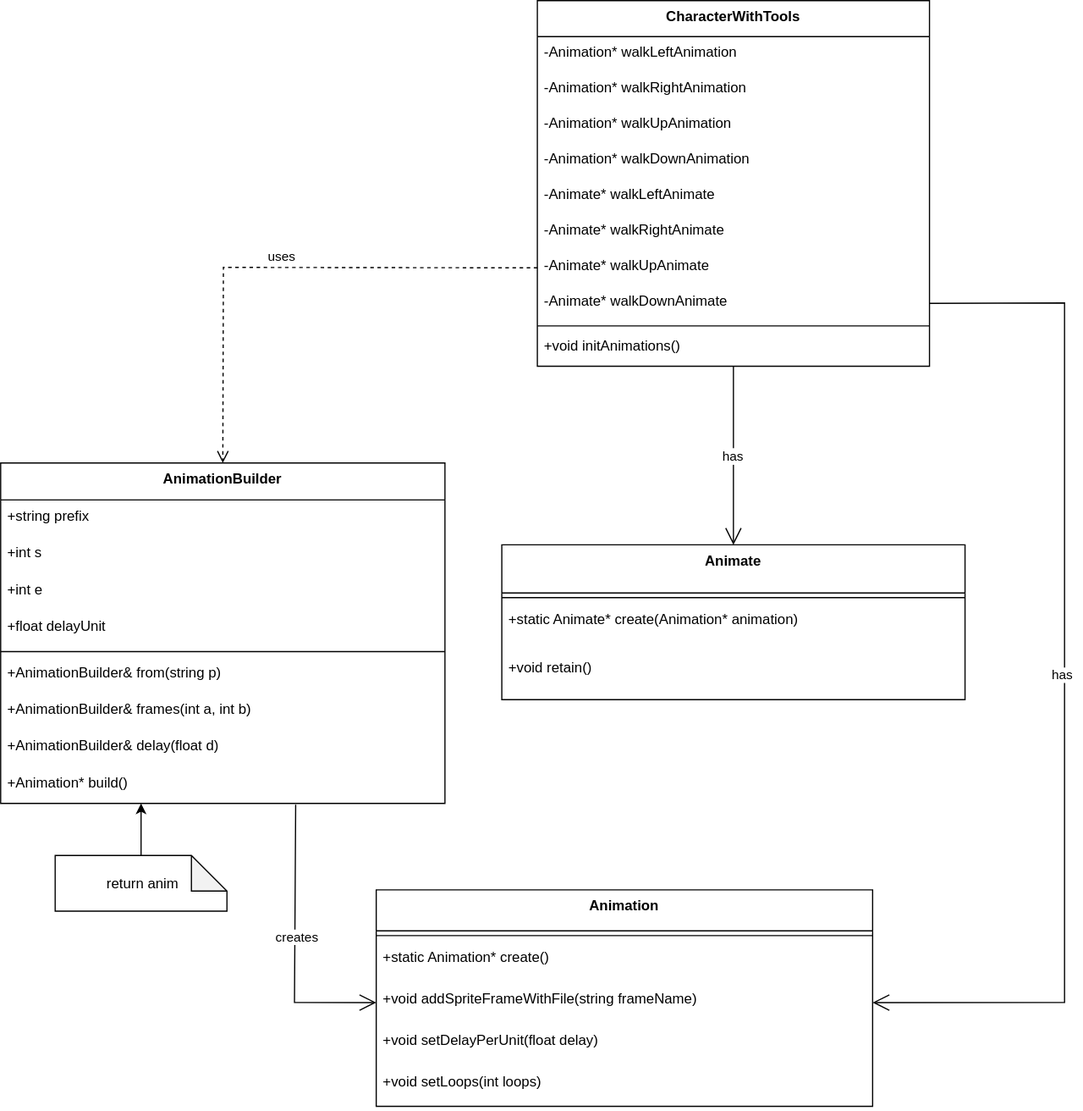
Alian-yy/Stardew_Valley_Refactored keeps this draw.io diagram as 文档/diagram/CharacterWithTools.svg. Above is the earlier version. Source tidied: cells renumbered, new cells last; positions are measured from the earlier drawing's top-left corner, leaving out a move shared by most shapes.
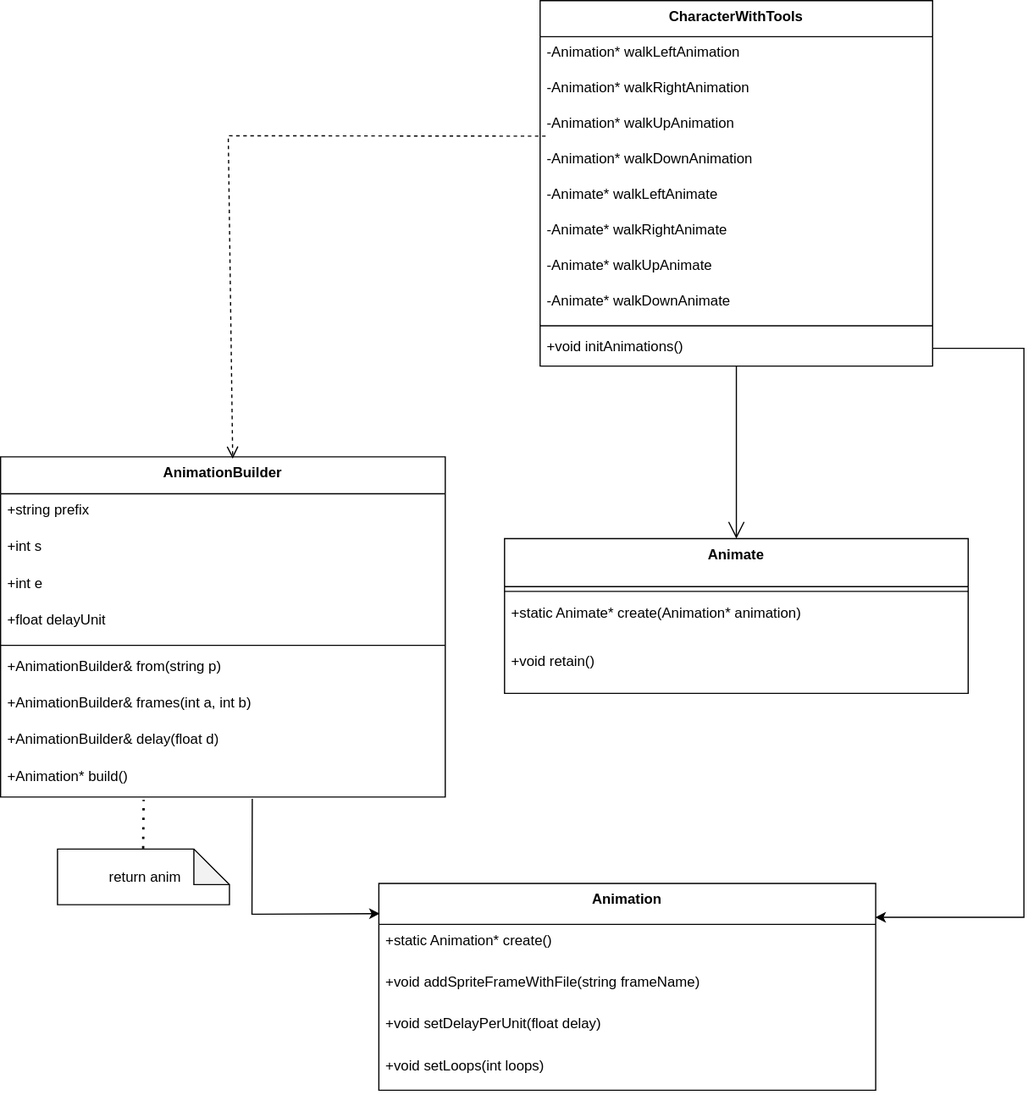
Above is the later version.

What changed in the source:
```diff
@@ -1,9 +1,9 @@
-<mxGraphModel>
+<mxGraphModel background="#ffffff">
   <root>
     <mxCell id="0" />
     <mxCell id="1" parent="0" />
     <mxCell id="2" value="AnimationBuilder" style="swimlane;fontStyle=1;align=center;verticalAlign=top;horizontal=1;startSize=31.11111111111111;whiteSpace=wrap;html=1;overflow=hidden;" parent="1" vertex="1">
-      <mxGeometry y="390" width="375" height="287.1" as="geometry" />
+      <mxGeometry x="-2" y="390" width="375" height="287.1" as="geometry" />
     </mxCell>
     <mxCell id="3" value="+string prefix" style="text;strokeColor=none;fillColor=none;align=left;verticalAlign=top;spacingLeft=4;spacingRight=4;overflow=hidden;whiteSpace=wrap;html=1;" parent="2" vertex="1">
       <mxGeometry y="31.1" width="375" height="31" as="geometry" />
@@ -33,22 +33,19 @@
       <mxGeometry y="256.1" width="375" height="31" as="geometry" />
     </mxCell>
     <mxCell id="12" value="Animation" style="swimlane;fontStyle=1;align=center;verticalAlign=top;horizontal=1;startSize=34.54545454545455;whiteSpace=wrap;html=1;overflow=hidden;" parent="1" vertex="1">
-      <mxGeometry x="317" y="750" width="419" height="182.5" as="geometry" />
+      <mxGeometry x="317" y="750" width="419" height="174.5" as="geometry" />
     </mxCell>
-    <mxCell id="13" style="line;strokeWidth=1;fillColor=none;align=left;verticalAlign=middle;spacingTop=-1;spacingLeft=3;spacingRight=3;labelPosition=right;strokeColor=inherit;whiteSpace=wrap;html=1;overflow=hidden;" parent="12" vertex="1">
-      <mxGeometry y="34.5" width="419" height="8" as="geometry" />
-    </mxCell>
     <mxCell id="14" value="+static Animation* create()" style="text;strokeColor=none;fillColor=none;align=left;verticalAlign=top;spacingLeft=4;spacingRight=4;overflow=hidden;whiteSpace=wrap;html=1;" parent="12" vertex="1">
-      <mxGeometry y="42.5" width="419" height="35" as="geometry" />
+      <mxGeometry y="34.5" width="419" height="35" as="geometry" />
     </mxCell>
     <mxCell id="15" value="+void addSpriteFrameWithFile(string frameName)" style="text;strokeColor=none;fillColor=none;align=left;verticalAlign=top;spacingLeft=4;spacingRight=4;overflow=hidden;points=[[0,0.5],[1,0.5]];portConstraint=eastwest;whiteSpace=wrap;html=1;" parent="12" vertex="1">
-      <mxGeometry y="77.5" width="419" height="35" as="geometry" />
+      <mxGeometry y="69.5" width="419" height="35" as="geometry" />
     </mxCell>
     <mxCell id="16" value="+void setDelayPerUnit(float delay)" style="text;strokeColor=none;fillColor=none;align=left;verticalAlign=top;spacingLeft=4;spacingRight=4;overflow=hidden;whiteSpace=wrap;html=1;" parent="12" vertex="1">
-      <mxGeometry y="112.5" width="419" height="35" as="geometry" />
+      <mxGeometry y="104.5" width="419" height="35" as="geometry" />
     </mxCell>
     <mxCell id="17" value="+void setLoops(int loops)" style="text;strokeColor=none;fillColor=none;align=left;verticalAlign=top;spacingLeft=4;spacingRight=4;overflow=hidden;whiteSpace=wrap;html=1;" parent="12" vertex="1">
-      <mxGeometry y="147.5" width="419" height="35" as="geometry" />
+      <mxGeometry y="139.5" width="419" height="35" as="geometry" />
     </mxCell>
     <mxCell id="18" value="Animate" style="swimlane;fontStyle=1;align=center;verticalAlign=top;horizontal=1;startSize=40.57142857142857;whiteSpace=wrap;html=1;overflow=hidden;" parent="1" vertex="1">
       <mxGeometry x="423" y="459" width="391" height="130.6" as="geometry" />
@@ -63,7 +60,7 @@
       <mxGeometry y="89.6" width="391" height="41" as="geometry" />
     </mxCell>
     <mxCell id="22" value="CharacterWithTools" style="swimlane;fontStyle=1;align=center;verticalAlign=top;horizontal=1;startSize=30.4;whiteSpace=wrap;html=1;overflow=hidden;" parent="1" vertex="1">
-      <mxGeometry x="453" width="331" height="308.4" as="geometry" />
+      <mxGeometry x="453" y="5" width="331" height="308.4" as="geometry" />
     </mxCell>
     <mxCell id="23" value="-Animation* walkLeftAnimation" style="text;strokeColor=none;fillColor=none;align=left;verticalAlign=top;spacingLeft=4;spacingRight=4;overflow=hidden;whiteSpace=wrap;html=1;" parent="22" vertex="1">
       <mxGeometry y="30.4" width="331" height="30" as="geometry" />
@@ -95,47 +92,38 @@
     <mxCell id="32" value="+void initAnimations()" style="text;strokeColor=none;fillColor=none;align=left;verticalAlign=top;spacingLeft=4;spacingRight=4;overflow=hidden;points=[[0,0.5],[1,0.5]];portConstraint=eastwest;whiteSpace=wrap;html=1;" parent="22" vertex="1">
       <mxGeometry y="278.4" width="331" height="30" as="geometry" />
     </mxCell>
-    <mxCell id="33" value="has" style="curved=1;startArrow=none;endArrow=open;endSize=12;exitX=0.5;exitY=1;entryX=0.5;entryY=0;rounded=0;" parent="1" edge="1" source="22" target="18">
-      <mxGeometry relative="1" as="geometry" />
+    <mxCell id="33" style="curved=1;startArrow=none;endArrow=open;endSize=12;exitX=0.5;exitY=1;entryX=0.5;entryY=0;rounded=0;" parent="1" edge="1" source="22" target="18">
+      <mxGeometry x="-0.03" y="-3" relative="1" as="geometry">
+        <mxPoint x="1" as="offset" />
+      </mxGeometry>
     </mxCell>
+    <mxCell id="35" value="&amp;nbsp;return anim" style="shape=note;whiteSpace=wrap;html=1;backgroundOutline=1;darkOpacity=0.05;" parent="1" vertex="1">
+      <mxGeometry x="46" y="721" width="145" height="47" as="geometry" />
+    </mxCell>
-    <mxCell id="34" style="edgeStyle=orthogonalEdgeStyle;rounded=0;jettySize=auto;html=1;" parent="1" edge="1" source="35" target="11">
-      <mxGeometry relative="1" as="geometry">
-        <Array as="points">
-          <mxPoint x="87" y="723" />
-          <mxPoint x="85" y="723" />
-        </Array>
-      </mxGeometry>
+    <mxCell id="34" style="endArrow=none;dashed=1;html=1;dashPattern=1 3;strokeWidth=2;rounded=0;entryX=0.323;entryY=1.093;entryDx=0;entryDy=0;entryPerimeter=0;" parent="1" edge="1" source="35" target="11">
+      <mxGeometry relative="1" as="geometry" />
     </mxCell>
-    <mxCell id="35" value="&amp;nbsp;return anim" style="shape=note;whiteSpace=wrap;html=1;backgroundOutline=1;darkOpacity=0.05;" parent="1" vertex="1">
-      <mxGeometry x="46" y="721" width="145" height="47" as="geometry" />
-    </mxCell>
-    <mxCell id="36" value="uses" style="html=1;verticalAlign=bottom;endArrow=open;dashed=1;endSize=8;curved=0;rounded=0;exitX=0;exitY=0.5;exitDx=0;exitDy=0;entryX=0.5;entryY=0;entryDx=0;entryDy=0;" parent="1" edge="1" source="29" target="2">
-      <mxGeometry relative="1" as="geometry">
-        <Array as="points">
-          <mxPoint x="188" y="225" />
-        </Array>
-      </mxGeometry>
-    </mxCell>
-    <mxCell id="37" style="endArrow=open;endFill=1;endSize=12;html=1;rounded=0;exitX=0.664;exitY=1.032;exitDx=0;exitDy=0;exitPerimeter=0;entryX=0;entryY=0.5;entryDx=0;entryDy=0;" parent="1" edge="1" source="11" target="15">
-      <mxGeometry relative="1" as="geometry">
-        <Array as="points">
-          <mxPoint x="248" y="845" />
-        </Array>
-      </mxGeometry>
-    </mxCell>
-    <mxCell id="38" value="creates" style="edgeLabel;html=1;align=center;verticalAlign=middle;" parent="37" vertex="1">
-      <mxGeometry x="-0.07" y="1" relative="1" as="geometry" />
-    </mxCell>
-    <mxCell id="39" style="endArrow=open;endFill=1;endSize=12;html=1;rounded=0;exitX=1;exitY=0.5;exitDx=0;exitDy=0;entryX=1;entryY=0.5;entryDx=0;entryDy=0;" parent="1" edge="1" source="30" target="15">
-      <mxGeometry relative="1" as="geometry">
-        <Array as="points">
-          <mxPoint x="898" y="255" />
-          <mxPoint x="898" y="845" />
-        </Array>
-      </mxGeometry>
-    </mxCell>
-    <mxCell id="40" value="has" style="edgeLabel;html=1;align=center;verticalAlign=middle;" parent="39" vertex="1">
-      <mxGeometry x="-0.02" y="-3" relative="1" as="geometry" />
-    </mxCell>
+    <mxCell id="41" style="endArrow=classic;html=1;rounded=0;entryX=0.002;entryY=0.146;entryDx=0;entryDy=0;entryPerimeter=0;exitX=0.566;exitY=1.05;exitDx=0;exitDy=0;exitPerimeter=0;" parent="1" edge="1" source="11" target="12">
+      <mxGeometry relative="1" as="geometry">
+        <Array as="points">
+          <mxPoint x="210" y="776" />
+        </Array>
+      </mxGeometry>
+    </mxCell>
+    <mxCell id="42" style="edgeStyle=orthogonalEdgeStyle;rounded=0;jettySize=auto;html=1;exitX=1;exitY=0.5;exitDx=0;exitDy=0;entryX=0.999;entryY=0.164;entryDx=0;entryDy=0;entryPerimeter=0;" parent="1" edge="1" source="32" target="12">
+      <mxGeometry relative="1" as="geometry">
+        <Array as="points">
+          <mxPoint x="861" y="298" />
+          <mxPoint x="861" y="779" />
+        </Array>
+      </mxGeometry>
+    </mxCell>
+    <mxCell id="43" style="html=1;verticalAlign=bottom;endArrow=open;dashed=1;endSize=8;curved=0;rounded=0;exitX=0.014;exitY=0.798;exitDx=0;exitDy=0;exitPerimeter=0;entryX=0.522;entryY=0.005;entryDx=0;entryDy=0;entryPerimeter=0;" parent="1" edge="1" source="25" target="2">
+      <mxGeometry relative="1" as="geometry">
+        <Array as="points">
+          <mxPoint x="190" y="119" />
+        </Array>
+      </mxGeometry>
+    </mxCell>
   </root>
 </mxGraphModel>
```
